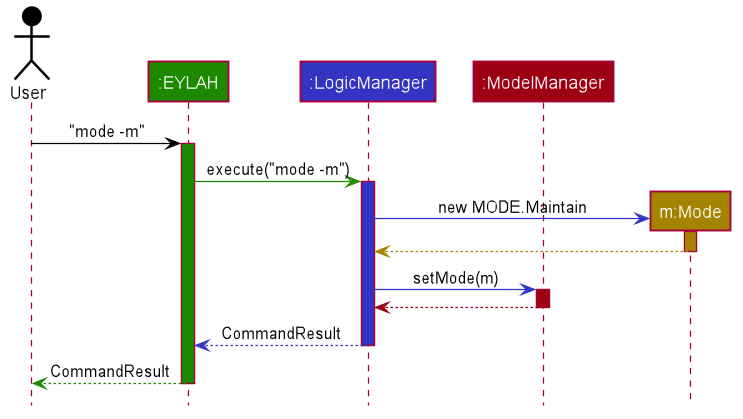
Earlier version of the PlantUML export images/DietTrackerModeCommandSequenceDiagram.png (AY1920S2-CS2103T-W13-1/main).
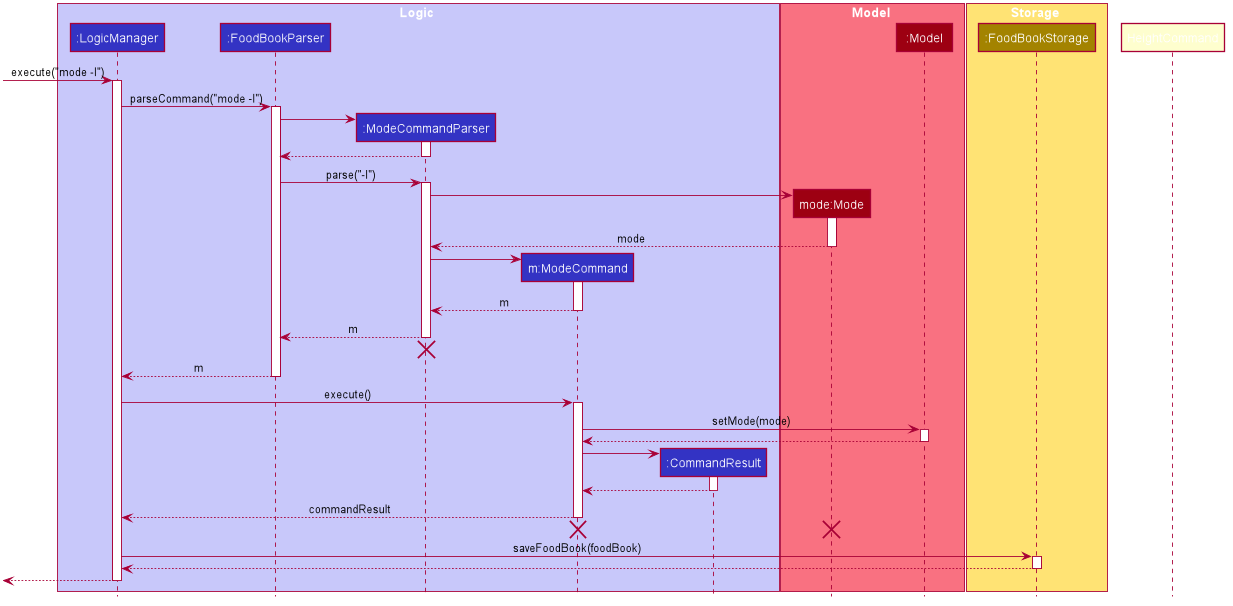
Later version of the same file.

What changed in the source:
```diff
@@ -1,4 +1,5 @@
 @startuml
+
 
 
 
@@ -48,33 +49,90 @@
 hide members
 hide circle
 
-Actor User as user #000000
-Participant ":EYLAH" as ui #1D8900
-Participant ":LogicManager" as logic #3333C4
-Participant ":ModelManager" as model #9D0012
+box Logic #C8C8FA
+participant ":LogicManager" as LogicManager #3333C4
+participant ":FoodBookParser" as FoodBookParser #3333C4
+participant ":ModeCommandParser" as ModeCommandParser #3333C4
+participant "m:ModeCommand" as ModeCommand #3333C4
+participant ":CommandResult" as CommandResult #3333C4
+end box
 
-user -[#000000]> ui : "mode -m"
-activate ui #1D8900
+box Model #F97181
+participant "mode:Mode" as ModeMode #9D0012
+participant ":Model" as Model #9D0012
+end box
 
-ui -[#1D8900]> logic : execute("mode -m")
-activate logic #3333C4
+box Storage #FFE374
+participant ":FoodBookStorage" as FoodBookStorage #A38300
+end box
 
-create "m:Mode" as mode #A38300
-logic -[#3333C4]> mode : new MODE.Maintain
-activate mode #A38300
+[-> LogicManager : execute("mode -l")
+activate LogicManager
 
-mode -[#A38300]-> logic
-deactivate mode
+LogicManager -> FoodBookParser : parseCommand("mode -l")
+activate FoodBookParser
 
-logic -[#3333C4]> model : setMode(m)
-activate model #9D0012
+create ModeCommandParser
+FoodBookParser -> ModeCommandParser
+activate ModeCommandParser
 
-model -[#9D0012]-> logic
-deactivate model
+ModeCommandParser --> FoodBookParser
+deactivate ModeCommandParser
 
-logic --[#3333C4]> ui : CommandResult
-deactivate logic
+FoodBookParser -> ModeCommandParser : parse("-l")
+activate ModeCommandParser
 
-ui--[#1D8900]> user : CommandResult
-deactivate ui
+create ModeMode
+ModeCommandParser -> ModeMode
+activate ModeMode
+
+ModeMode --> ModeCommandParser : mode
+deactivate ModeMode
+
+create ModeCommand
+ModeCommandParser -> ModeCommand
+activate ModeCommand
+
+ModeCommand --> ModeCommandParser : m
+deactivate ModeCommand
+
+ModeCommandParser --> FoodBookParser : m
+deactivate ModeCommandParser
+ModeCommandParser -[hidden]-> FoodBookParser
+destroy ModeCommandParser
+
+FoodBookParser --> LogicManager : m
+deactivate FoodBookParser
+
+LogicManager -> ModeCommand : execute()
+activate ModeCommand
+
+ModeCommand -> Model : setMode(mode)
+activate Model
+
+Model --> ModeCommand
+deactivate Model
+
+create CommandResult
+ModeCommand -> CommandResult
+activate CommandResult
+
+CommandResult --> ModeCommand
+deactivate CommandResult
+
+ModeCommand --> LogicManager : commandResult
+deactivate ModeCommand
+
+HeightCommand -[hidden]-> LogicManager
+destroy ModeCommand
+destroy ModeMode
+
+LogicManager -> FoodBookStorage : saveFoodBook(foodBook)
+activate FoodBookStorage
+
+FoodBookStorage --> LogicManager
+deactivate FoodBookStorage
+
+[<--LogicManager
+deactivate LogicManager
 @enduml
```
